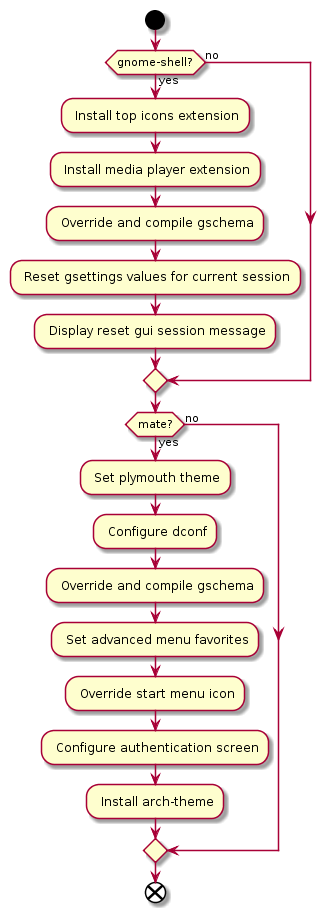
cslucr/ubuntu-ucr keeps this PlantUML diagram as docs/uml/desktop-config.png. Above is the earlier version.
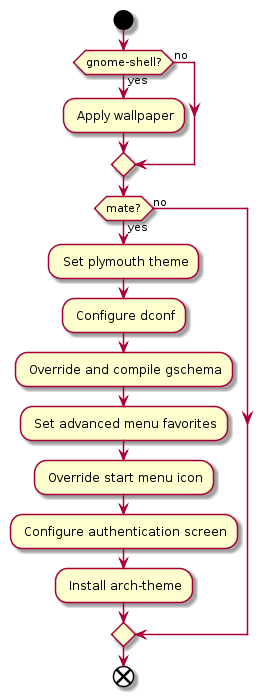
The same file after the commit.

Commit message:
Updated uml desktop: almost don't do anything on gnome-shell because it's the official desktop

The edit, as a diff of the source:
```diff
@@ -1,11 +1,7 @@
 @startuml
 start
 if (gnome-shell?) then (yes)
-  : Install top icons extension;
-  : Install media player extension;
-  : Override and compile gschema;
-  : Reset gsettings values for current session;
-  : Display reset gui session message;
+  : Apply wallpaper;
 else (no)
 endif
 
```
